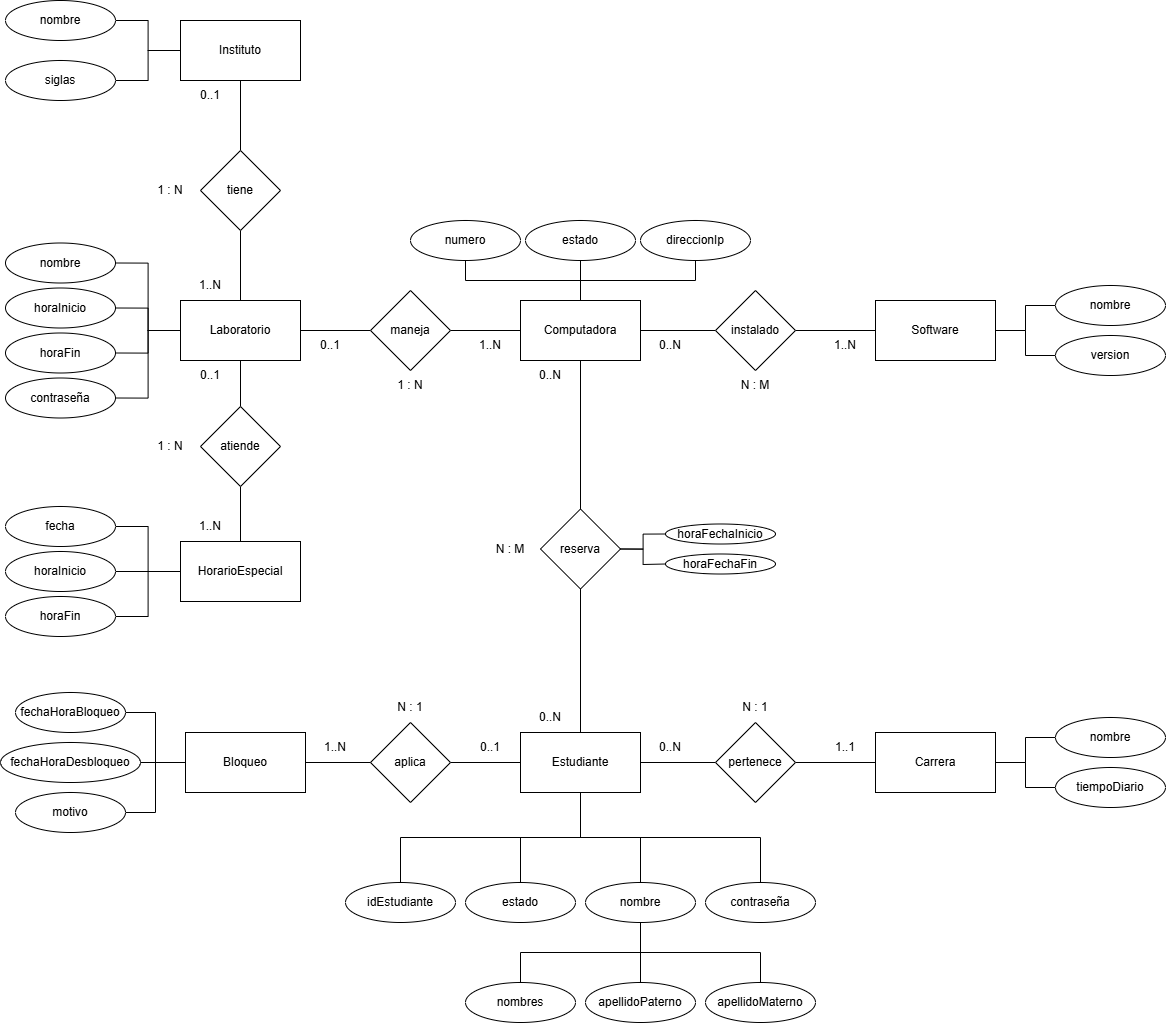
Earlier version of the draw.io export Cisco Modelo ER.png (ang3lfco/Cisco). Source tidied: cells renumbered, new cells last; positions are measured from the earlier drawing's top-left corner, leaving out a move shared by most shapes.
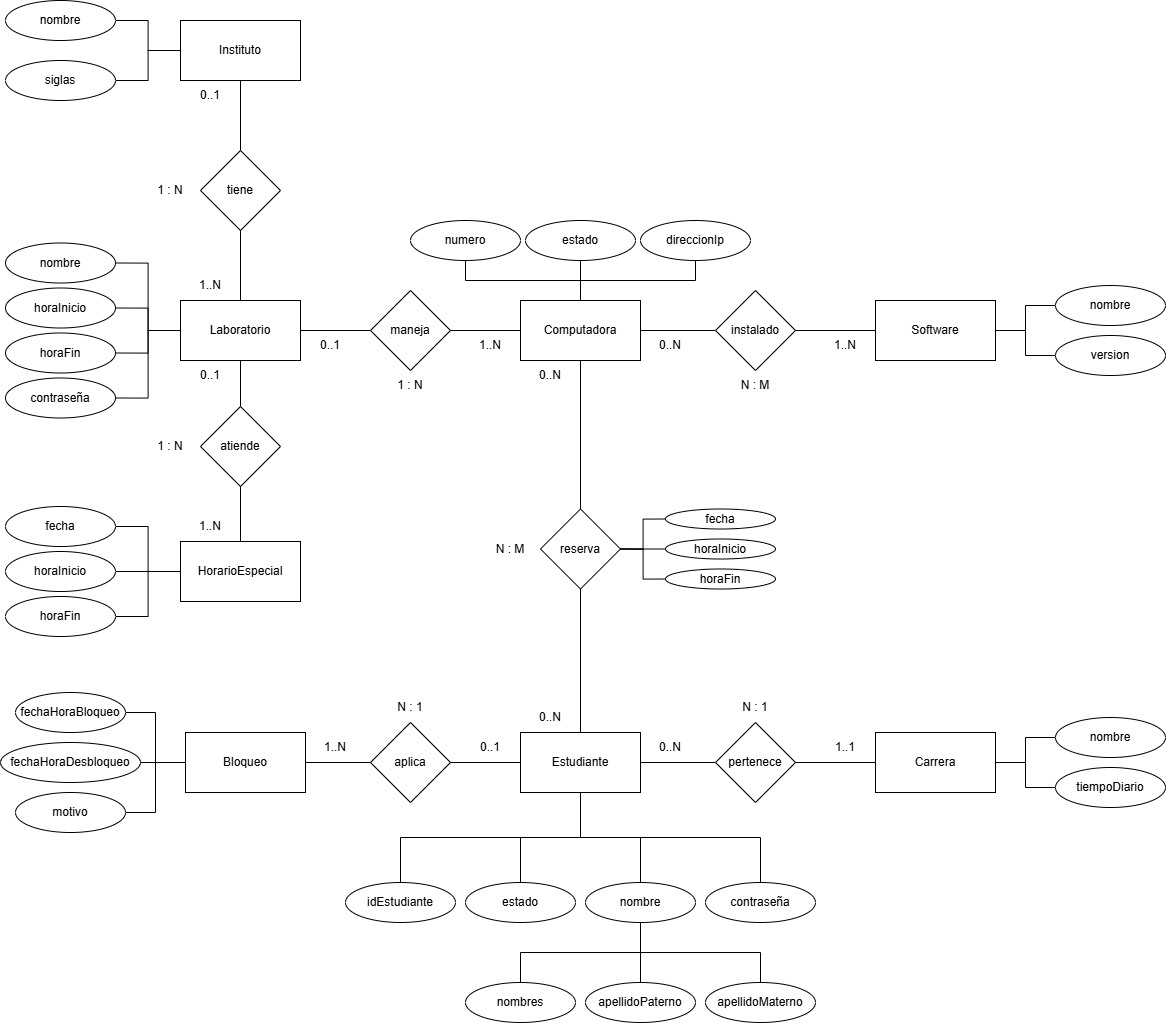
After the commit.

Commit message:
correccion modelo er

Diff of the diagram source:
```diff
@@ -89,14 +89,15 @@
     <mxCell id="30" value="maneja" style="rhombus;whiteSpace=wrap;html=1;" parent="1" vertex="1">
       <mxGeometry x="370" y="290" width="80" height="80" as="geometry" />
     </mxCell>
+    <mxCell id="108" style="edgeStyle=orthogonalEdgeStyle;rounded=0;jettySize=auto;html=1;exitX=1;exitY=0.5;exitDx=0;exitDy=0;entryX=0;entryY=0.5;entryDx=0;entryDy=0;endArrow=none;startFill=0;" parent="1" edge="1" source="33" target="110">
+      <mxGeometry relative="1" as="geometry" />
+    </mxCell>
     <mxCell id="31" style="edgeStyle=orthogonalEdgeStyle;rounded=0;jettySize=auto;html=1;exitX=1;exitY=0.5;exitDx=0;exitDy=0;entryX=0;entryY=0.5;entryDx=0;entryDy=0;endArrow=none;startFill=0;" parent="1" edge="1" source="33" target="93">
       <mxGeometry relative="1" as="geometry" />
     </mxCell>
-    <mxCell id="32" style="edgeStyle=orthogonalEdgeStyle;rounded=0;jettySize=auto;html=1;exitX=1;exitY=0.5;exitDx=0;exitDy=0;endArrow=none;startFill=0;" parent="1" edge="1" source="33">
-      <mxGeometry relative="1" as="geometry">
-        <mxPoint x="665" y="563.5" as="targetPoint" />
-      </mxGeometry>
-    </mxCell>
+    <mxCell id="109" style="edgeStyle=orthogonalEdgeStyle;rounded=0;jettySize=auto;html=1;exitX=1;exitY=0.5;exitDx=0;exitDy=0;entryX=0;entryY=0.5;entryDx=0;entryDy=0;endArrow=none;startFill=0;" parent="1" edge="1" source="33" target="94">
+      <mxGeometry relative="1" as="geometry" />
+    </mxCell>
     <mxCell id="33" value="reserva" style="rhombus;whiteSpace=wrap;html=1;" parent="1" vertex="1">
       <mxGeometry x="540" y="508.5" width="80" height="80" as="geometry" />
     </mxCell>
@@ -277,11 +278,11 @@
     <mxCell id="92" value="N : M" style="text;html=1;align=center;verticalAlign=middle;whiteSpace=wrap;rounded=0;" parent="1" vertex="1">
       <mxGeometry x="725" y="370" width="60" height="30" as="geometry" />
     </mxCell>
-    <mxCell id="93" value="horaFechaInicio" style="ellipse;whiteSpace=wrap;html=1;" parent="1" vertex="1">
-      <mxGeometry x="665" y="523.5" width="110" height="20" as="geometry" />
+    <mxCell id="93" value="horaInicio" style="ellipse;whiteSpace=wrap;html=1;" parent="1" vertex="1">
+      <mxGeometry x="665" y="538.5" width="110" height="20" as="geometry" />
     </mxCell>
-    <mxCell id="94" value="horaFechaFin" style="ellipse;whiteSpace=wrap;html=1;" parent="1" vertex="1">
-      <mxGeometry x="665" y="553.5" width="110" height="20" as="geometry" />
+    <mxCell id="94" value="horaFin" style="ellipse;whiteSpace=wrap;html=1;" parent="1" vertex="1">
+      <mxGeometry x="665" y="568.5" width="110" height="20" as="geometry" />
     </mxCell>
     <mxCell id="95" value="fechaHoraDesbloqueo" style="ellipse;whiteSpace=wrap;html=1;" parent="1" vertex="1">
       <mxGeometry y="742" width="140" height="40" as="geometry" />
@@ -322,5 +323,8 @@
     <mxCell id="107" value="fecha" style="ellipse;whiteSpace=wrap;html=1;" parent="1" vertex="1">
       <mxGeometry x="5" y="506" width="110" height="40" as="geometry" />
     </mxCell>
+    <mxCell id="110" value="fecha" style="ellipse;whiteSpace=wrap;html=1;" parent="1" vertex="1">
+      <mxGeometry x="665" y="508.5" width="110" height="20" as="geometry" />
+    </mxCell>
   </root>
 </mxGraphModel>
```
